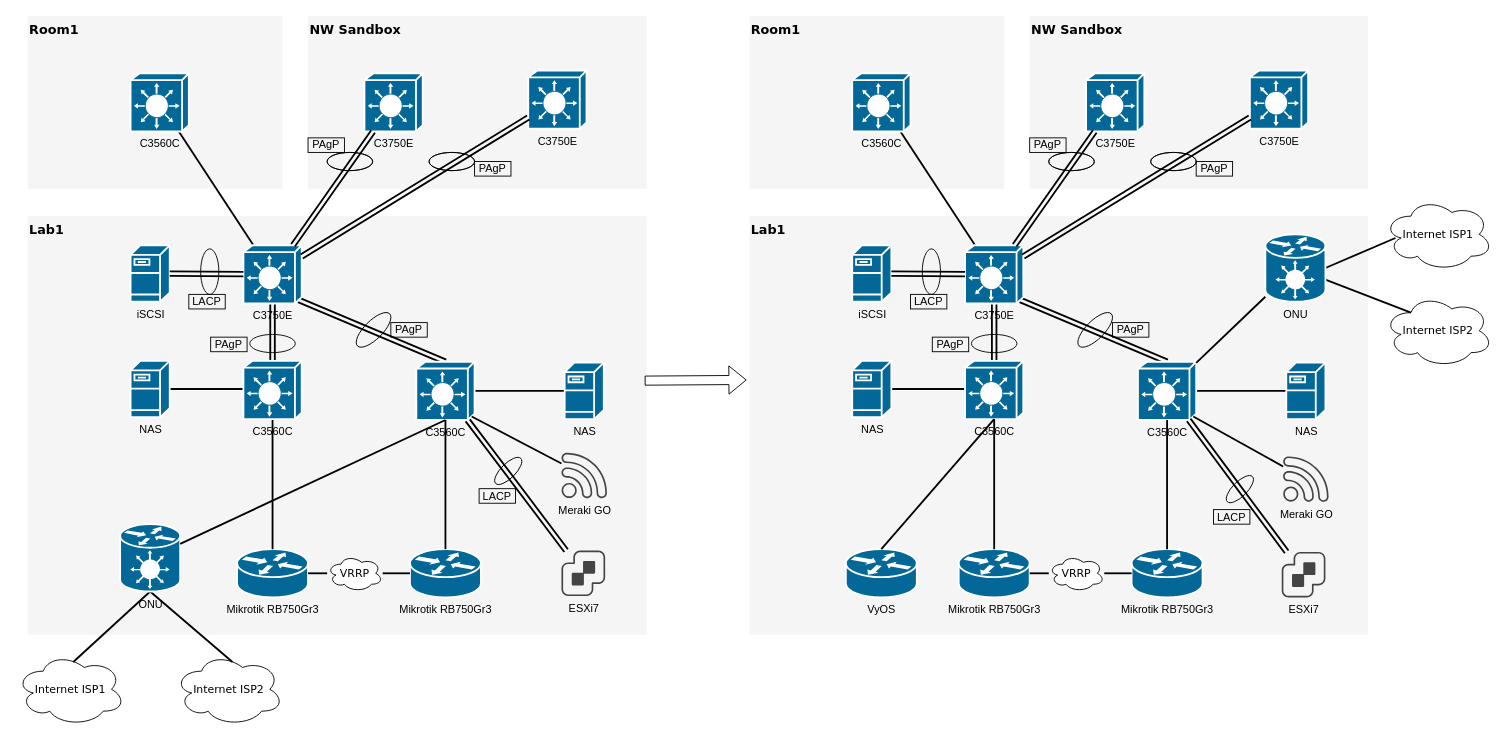
Above: HomeNetwork_plan1.drawio in hirofumihida/drowio-home (draw.io), before the change. Source tidied: cells renumbered, new cells numbered last; positions are measured from the earlier drawing's top-left corner, leaving out a move shared by most shapes. Both pictures are drawn from the tidied source at 91%, with x=0, y=0 at pixel (15, 15).
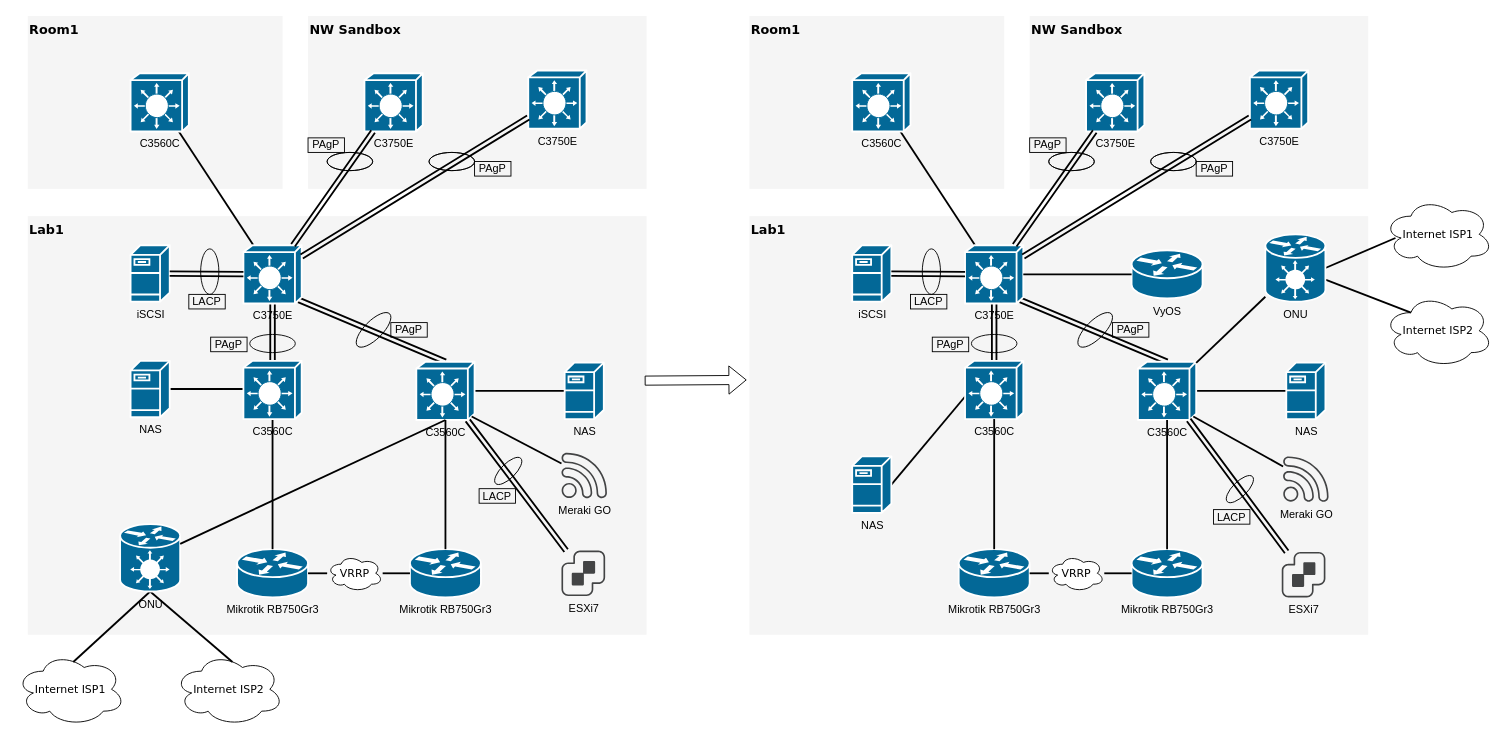
After the change.

Commit message:
HomeNetwork_plan1.drawio を更新します

Unchanged cells that the change refers to:
```xml
<mxCell id="69" value="C3750E" style="shape=mxgraph.cisco.switches.layer_3_switch;sketch=0;html=1;dashed=0;fillColor=#036897;strokeColor=#ffffff;strokeWidth=2;verticalLabelPosition=bottom;verticalAlign=top;align=center;outlineConnect=0;" parent="1" vertex="1">
  <mxGeometry x="1043" y="252" width="64" height="64" as="geometry" />
</mxCell>
<mxCell id="76" value="C3560C" style="shape=mxgraph.cisco.switches.layer_3_switch;sketch=0;html=1;dashed=0;fillColor=#036897;strokeColor=#ffffff;strokeWidth=2;verticalLabelPosition=bottom;verticalAlign=top;align=center;outlineConnect=0;" parent="1" vertex="1">
  <mxGeometry x="1043" y="379" width="64" height="64" as="geometry" />
</mxCell>
```

The edit, as a diff of the source:
```diff
@@
     <mxCell id="71" value="NAS" style="shape=mxgraph.cisco.servers.fileserver;html=1;dashed=0;fillColor=#036897;strokeColor=#ffffff;strokeWidth=2;verticalLabelPosition=bottom;verticalAlign=top;align=center;outlineConnect=0;" parent="1" vertex="1">
-      <mxGeometry x="919" y="379" width="43" height="62" as="geometry" />
+      <mxGeometry x="919" y="484" width="43" height="62" as="geometry" />
     </mxCell>
@@
     <mxCell id="104" value="&lt;font face=&quot;Helvetica&quot;&gt;VyOS&lt;/font&gt;" style="shape=mxgraph.cisco.routers.router;html=1;dashed=0;fillColor=#036897;strokeColor=#ffffff;strokeWidth=2;verticalLabelPosition=bottom;verticalAlign=top;rounded=0;shadow=0;comic=0;fontFamily=Verdana;fontSize=12;" parent="1" vertex="1">
-      <mxGeometry x="912" y="586" width="78" height="53" as="geometry" />
+      <mxGeometry x="1226" y="257.5" width="78" height="53" as="geometry" />
     </mxCell>
@@
-    <mxCell id="107" style="edgeStyle=none;html=1;labelBackgroundColor=none;startFill=0;endArrow=none;endFill=0;strokeWidth=2;fontFamily=Verdana;fontSize=12;entryX=0.5;entryY=0;entryDx=0;entryDy=0;entryPerimeter=0;exitX=0.5;exitY=1;exitDx=0;exitDy=0;exitPerimeter=0;" parent="1" edge="1" source="76" target="104">
+    <mxCell id="107" style="edgeStyle=none;html=1;labelBackgroundColor=none;startFill=0;endArrow=none;endFill=0;strokeWidth=2;fontFamily=Verdana;fontSize=12;entryX=0;entryY=0.5;entryDx=0;entryDy=0;entryPerimeter=0;" parent="1" edge="1" source="69" target="104">
       <mxGeometry relative="1" as="geometry" />
     </mxCell>
```
